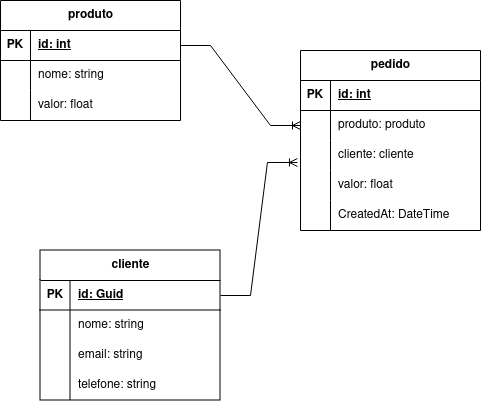
JoaoEduardo10/TestZdz keeps this draw.io diagram as BackEnd/Zdz.drawio.png. Above is the earlier version. Source tidied: cells renumbered, new cells last; positions are measured from the earlier drawing's top-left corner, leaving out a move shared by most shapes.
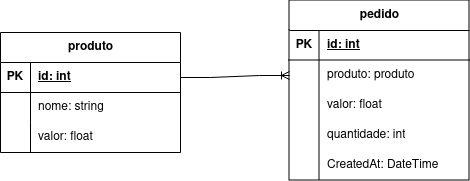
After the commit.

What changed in the source:
```diff
@@ -2,47 +2,8 @@
   <root>
     <mxCell id="0" />
     <mxCell id="1" parent="0" />
-    <mxCell id="2" value="cliente" style="shape=table;startSize=30;rowLines=0;fontStyle=1;align=center;html=1;" parent="1" vertex="1">
-      <mxGeometry x="40" y="250" width="180" height="150" as="geometry" />
-    </mxCell>
-    <mxCell id="3" style="shape=tableRow;horizontal=0;startSize=0;swimlaneHead=0;swimlaneBody=0;fillColor=none;points=[[0,0.5],[1,0.5]];portConstraint=eastwest;top=0;left=0;right=0;bottom=1;" parent="2" vertex="1">
-      <mxGeometry y="30" width="180" height="30" as="geometry" />
-    </mxCell>
-    <mxCell id="4" value="PK" style="shape=partialRectangle;fillColor=none;top=0;left=0;bottom=0;right=0;fontStyle=1;overflow=hidden;whiteSpace=wrap;html=1;" parent="3" vertex="1">
-      <mxGeometry width="30" height="30" as="geometry" />
-    </mxCell>
-    <mxCell id="5" value="id: Guid" style="shape=partialRectangle;fillColor=none;top=0;left=0;bottom=0;right=0;align=left;spacingLeft=6;fontStyle=5;overflow=hidden;whiteSpace=wrap;html=1;" parent="3" vertex="1">
-      <mxGeometry x="30" width="150" height="30" as="geometry" />
-    </mxCell>
-    <mxCell id="6" style="shape=tableRow;horizontal=0;startSize=0;swimlaneHead=0;swimlaneBody=0;fillColor=none;top=0;left=0;right=0;bottom=0;" parent="2" vertex="1">
-      <mxGeometry y="60" width="180" height="30" as="geometry" />
-    </mxCell>
-    <mxCell id="7" style="shape=partialRectangle;fillColor=none;top=0;left=0;bottom=0;right=0;overflow=hidden;whiteSpace=wrap;html=1;" parent="6" vertex="1">
-      <mxGeometry width="30" height="30" as="geometry" />
-    </mxCell>
-    <mxCell id="8" value="nome: string" style="shape=partialRectangle;fillColor=none;top=0;left=0;bottom=0;right=0;align=left;spacingLeft=6;overflow=hidden;whiteSpace=wrap;html=1;" parent="6" vertex="1">
-      <mxGeometry x="30" width="150" height="30" as="geometry" />
-    </mxCell>
-    <mxCell id="9" style="shape=tableRow;horizontal=0;startSize=0;swimlaneHead=0;swimlaneBody=0;fillColor=none;top=0;left=0;right=0;bottom=0;" parent="2" vertex="1">
-      <mxGeometry y="90" width="180" height="30" as="geometry" />
-    </mxCell>
-    <mxCell id="10" style="shape=partialRectangle;fillColor=none;top=0;left=0;bottom=0;right=0;overflow=hidden;whiteSpace=wrap;html=1;" parent="9" vertex="1">
-      <mxGeometry width="30" height="30" as="geometry" />
-    </mxCell>
-    <mxCell id="11" value="email: string" style="shape=partialRectangle;fillColor=none;top=0;left=0;bottom=0;right=0;align=left;spacingLeft=6;overflow=hidden;whiteSpace=wrap;html=1;" parent="9" vertex="1">
-      <mxGeometry x="30" width="150" height="30" as="geometry" />
-    </mxCell>
-    <mxCell id="12" style="shape=tableRow;horizontal=0;startSize=0;swimlaneHead=0;swimlaneBody=0;fillColor=none;top=0;left=0;right=0;bottom=0;" parent="2" vertex="1">
-      <mxGeometry y="120" width="180" height="30" as="geometry" />
-    </mxCell>
-    <mxCell id="13" style="shape=partialRectangle;fillColor=none;top=0;left=0;bottom=0;right=0;overflow=hidden;whiteSpace=wrap;html=1;" parent="12" vertex="1">
-      <mxGeometry width="30" height="30" as="geometry" />
-    </mxCell>
-    <mxCell id="14" value="telefone: string" style="shape=partialRectangle;fillColor=none;top=0;left=0;bottom=0;right=0;align=left;spacingLeft=6;overflow=hidden;whiteSpace=wrap;html=1;" parent="12" vertex="1">
-      <mxGeometry x="30" width="150" height="30" as="geometry" />
-    </mxCell>
     <mxCell id="15" value="pedido" style="shape=table;startSize=30;rowLines=0;fontStyle=1;align=center;html=1;" parent="1" vertex="1">
-      <mxGeometry x="300" y="50" width="180" height="180" as="geometry" />
+      <mxGeometry x="205" y="100" width="180" height="180" as="geometry" />
     </mxCell>
     <mxCell id="16" style="shape=tableRow;horizontal=0;startSize=0;swimlaneHead=0;swimlaneBody=0;fillColor=none;top=0;left=0;right=0;bottom=1;" parent="15" vertex="1">
       <mxGeometry y="30" width="180" height="30" as="geometry" />
@@ -62,17 +23,8 @@
     <mxCell id="21" value="produto: produto" style="shape=partialRectangle;fillColor=none;top=0;left=0;bottom=0;right=0;align=left;spacingLeft=6;overflow=hidden;whiteSpace=wrap;html=1;" parent="19" vertex="1">
       <mxGeometry x="30" width="150" height="30" as="geometry" />
     </mxCell>
-    <mxCell id="22" style="shape=tableRow;horizontal=0;startSize=0;swimlaneHead=0;swimlaneBody=0;fillColor=none;points=[[0,0.5],[1,0.5]];portConstraint=eastwest;top=0;left=0;right=0;bottom=0;" parent="15" vertex="1">
-      <mxGeometry y="90" width="180" height="30" as="geometry" />
-    </mxCell>
-    <mxCell id="23" style="shape=partialRectangle;fillColor=none;top=0;left=0;bottom=0;right=0;overflow=hidden;whiteSpace=wrap;html=1;" parent="22" vertex="1">
-      <mxGeometry width="30" height="30" as="geometry" />
-    </mxCell>
-    <mxCell id="24" value="cliente: cliente" style="shape=partialRectangle;fillColor=none;top=0;left=0;bottom=0;right=0;align=left;spacingLeft=6;overflow=hidden;whiteSpace=wrap;html=1;" parent="22" vertex="1">
-      <mxGeometry x="30" width="150" height="30" as="geometry" />
-    </mxCell>
     <mxCell id="25" style="shape=tableRow;horizontal=0;startSize=0;swimlaneHead=0;swimlaneBody=0;fillColor=none;top=0;left=0;right=0;bottom=0;" parent="15" vertex="1">
-      <mxGeometry y="120" width="180" height="30" as="geometry" />
+      <mxGeometry y="90" width="180" height="30" as="geometry" />
     </mxCell>
     <mxCell id="26" style="shape=partialRectangle;fillColor=none;top=0;left=0;bottom=0;right=0;overflow=hidden;whiteSpace=wrap;html=1;" parent="25" vertex="1">
       <mxGeometry width="30" height="30" as="geometry" />
@@ -81,16 +33,25 @@
       <mxGeometry x="30" width="150" height="30" as="geometry" />
     </mxCell>
     <mxCell id="28" style="shape=tableRow;horizontal=0;startSize=0;swimlaneHead=0;swimlaneBody=0;fillColor=none;top=0;left=0;right=0;bottom=0;" parent="15" vertex="1">
-      <mxGeometry y="150" width="180" height="30" as="geometry" />
+      <mxGeometry y="120" width="180" height="30" as="geometry" />
     </mxCell>
     <mxCell id="29" style="shape=partialRectangle;fillColor=none;top=0;left=0;bottom=0;right=0;overflow=hidden;whiteSpace=wrap;html=1;" parent="28" vertex="1">
       <mxGeometry width="30" height="30" as="geometry" />
     </mxCell>
-    <mxCell id="30" value="CreatedAt: DateTime" style="shape=partialRectangle;fillColor=none;top=0;left=0;bottom=0;right=0;align=left;spacingLeft=6;overflow=hidden;whiteSpace=wrap;html=1;" parent="28" vertex="1">
+    <mxCell id="30" value="quantidade: int" style="shape=partialRectangle;fillColor=none;top=0;left=0;bottom=0;right=0;align=left;spacingLeft=6;overflow=hidden;whiteSpace=wrap;html=1;" parent="28" vertex="1">
       <mxGeometry x="30" width="150" height="30" as="geometry" />
     </mxCell>
+    <mxCell id="43" style="shape=tableRow;horizontal=0;startSize=0;swimlaneHead=0;swimlaneBody=0;fillColor=none;top=0;left=0;right=0;bottom=0;" parent="15" vertex="1">
+      <mxGeometry y="150" width="180" height="30" as="geometry" />
+    </mxCell>
+    <mxCell id="44" style="shape=partialRectangle;fillColor=none;top=0;left=0;bottom=0;right=0;overflow=hidden;whiteSpace=wrap;html=1;" parent="43" vertex="1">
+      <mxGeometry width="30" height="30" as="geometry" />
+    </mxCell>
+    <mxCell id="45" value="CreatedAt: DateTime" style="shape=partialRectangle;fillColor=none;top=0;left=0;bottom=0;right=0;align=left;spacingLeft=6;overflow=hidden;whiteSpace=wrap;html=1;" parent="43" vertex="1">
+      <mxGeometry x="30" width="150" height="30" as="geometry" />
+    </mxCell>
     <mxCell id="31" value="produto" style="shape=table;startSize=30;rowLines=0;fontStyle=1;align=center;html=1;" parent="1" vertex="1">
-      <mxGeometry width="180" height="120" as="geometry" />
+      <mxGeometry x="-84" y="132" width="180" height="120" as="geometry" />
     </mxCell>
     <mxCell id="32" style="shape=tableRow;horizontal=0;startSize=0;swimlaneHead=0;swimlaneBody=0;fillColor=none;points=[[0,0.5],[1,0.5]];portConstraint=eastwest;top=0;left=0;right=0;bottom=1;" parent="31" vertex="1">
       <mxGeometry y="30" width="180" height="30" as="geometry" />
@@ -122,8 +83,5 @@
     <mxCell id="41" style="edgeStyle=entityRelationEdgeStyle;fontSize=12;html=1;endArrow=ERoneToMany;rounded=0;exitX=1;exitY=0.5;exitDx=0;exitDy=0;entryX=0;entryY=0.5;entryDx=0;entryDy=0;" parent="1" edge="1" source="32" target="19">
       <mxGeometry relative="1" as="geometry" />
     </mxCell>
-    <mxCell id="42" style="edgeStyle=entityRelationEdgeStyle;fontSize=12;html=1;endArrow=ERoneToMany;rounded=0;exitX=1;exitY=0.5;exitDx=0;exitDy=0;entryX=-0.017;entryY=0.733;entryDx=0;entryDy=0;entryPerimeter=0;" parent="1" edge="1" source="3" target="22">
-      <mxGeometry relative="1" as="geometry" />
-    </mxCell>
   </root>
 </mxGraphModel>
```
